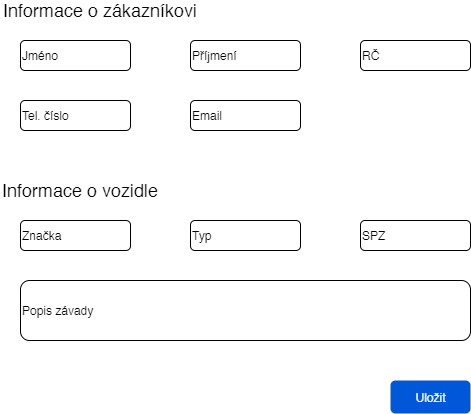
sidd-1337/SWI-Project1 keeps this draw.io diagram as wireframe-1.png. Above is the earlier version. Source tidied: cells renumbered, new cells last; positions are measured from the earlier drawing's top-left corner, leaving out a move shared by most shapes.
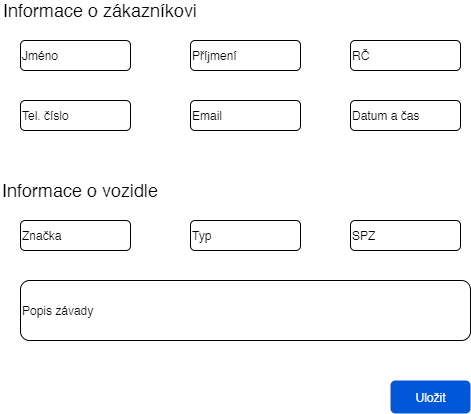
The same file after the commit.

Diff of the diagram source:
```diff
@@ -9,7 +9,7 @@
       <mxGeometry x="190" y="40" width="110" height="30" as="geometry" />
     </mxCell>
     <mxCell id="4" value="RČ" style="rounded=1;whiteSpace=wrap;html=1;align=left;" parent="1" vertex="1">
-      <mxGeometry x="360" y="40" width="110" height="30" as="geometry" />
+      <mxGeometry x="350" y="40" width="110" height="30" as="geometry" />
     </mxCell>
     <mxCell id="5" value="Tel. číslo" style="rounded=1;whiteSpace=wrap;html=1;align=left;" parent="1" vertex="1">
       <mxGeometry x="20" y="100" width="110" height="30" as="geometry" />
@@ -30,7 +30,7 @@
       <mxGeometry x="190" y="220" width="110" height="30" as="geometry" />
     </mxCell>
     <mxCell id="11" value="SPZ" style="rounded=1;whiteSpace=wrap;html=1;align=left;" parent="1" vertex="1">
-      <mxGeometry x="360" y="220" width="110" height="30" as="geometry" />
+      <mxGeometry x="350" y="220" width="110" height="30" as="geometry" />
     </mxCell>
     <mxCell id="12" value="Popis závady" style="rounded=1;whiteSpace=wrap;html=1;align=left;" parent="1" vertex="1">
       <mxGeometry x="20" y="280" width="450" height="60" as="geometry" />
@@ -38,5 +38,8 @@
     <mxCell id="13" value="Uložit" style="rounded=1;fillColor=#0057D8;align=center;strokeColor=none;html=1;fontColor=#ffffff;fontSize=12;" parent="1" vertex="1">
       <mxGeometry x="390" y="380" width="80" height="33" as="geometry" />
     </mxCell>
+    <mxCell id="14" value="Datum a čas" style="rounded=1;whiteSpace=wrap;html=1;align=left;" parent="1" vertex="1">
+      <mxGeometry x="350" y="100" width="110" height="30" as="geometry" />
+    </mxCell>
   </root>
 </mxGraphModel>
```
